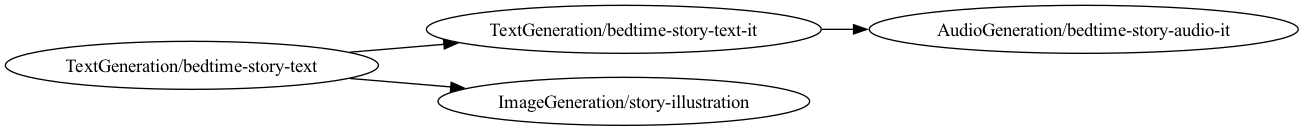
Before: geniectl/out/dependencies.png, a diagram exported from Graphviz (palladius/vibecoding). Its source is kept beside it as geniectl/out/dependencies.dot. Its diagram source:
```dot
digraph dependencies {
  rankdir=LR;
  "TextGeneration/bedtime-story-text";
  "TextGeneration/bedtime-story-text-it";
  "TextGeneration/bedtime-story-text" -> "TextGeneration/bedtime-story-text-it";
  "AudioGeneration/bedtime-story-audio-it";
  "TextGeneration/bedtime-story-text-it" -> "AudioGeneration/bedtime-story-audio-it";
  "ImageGeneration/story-illustration";
  "TextGeneration/bedtime-story-text" -> "ImageGeneration/story-illustration";
}
```
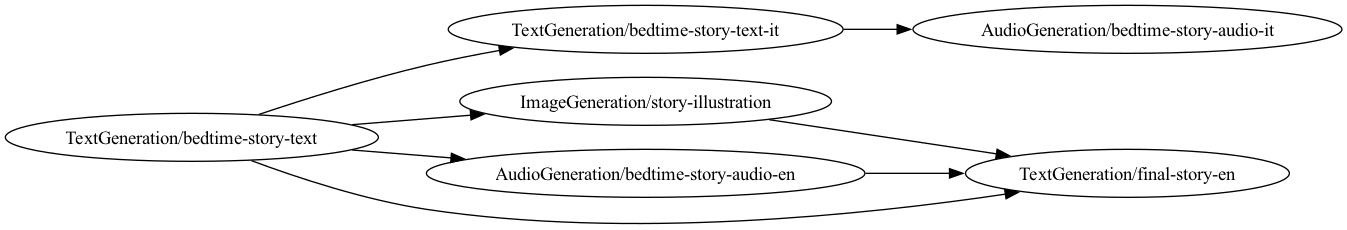
The same diagram one commit later.

What changed in the source:
```diff
@@ -7,4 +7,10 @@
   "TextGeneration/bedtime-story-text-it" -> "AudioGeneration/bedtime-story-audio-it";
   "ImageGeneration/story-illustration";
   "TextGeneration/bedtime-story-text" -> "ImageGeneration/story-illustration";
+  "AudioGeneration/bedtime-story-audio-en";
+  "TextGeneration/bedtime-story-text" -> "AudioGeneration/bedtime-story-audio-en";
+  "TextGeneration/final-story-en";
+  "TextGeneration/bedtime-story-text" -> "TextGeneration/final-story-en";
+  "AudioGeneration/bedtime-story-audio-en" -> "TextGeneration/final-story-en";
+  "ImageGeneration/story-illustration" -> "TextGeneration/final-story-en";
 }
```
